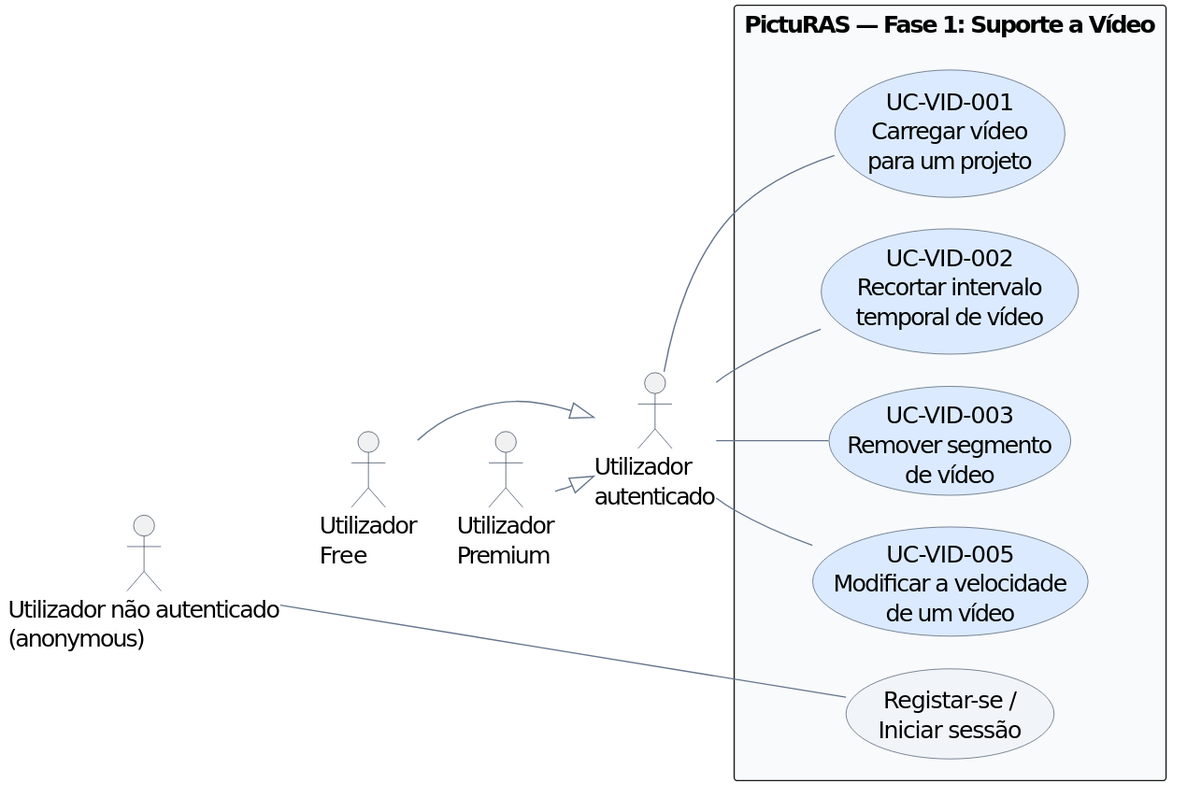
Before: fase1/report/images/picturas_usecases_video.svg, a diagram exported from PlantUML (simaoaraujo27/picturas-27).
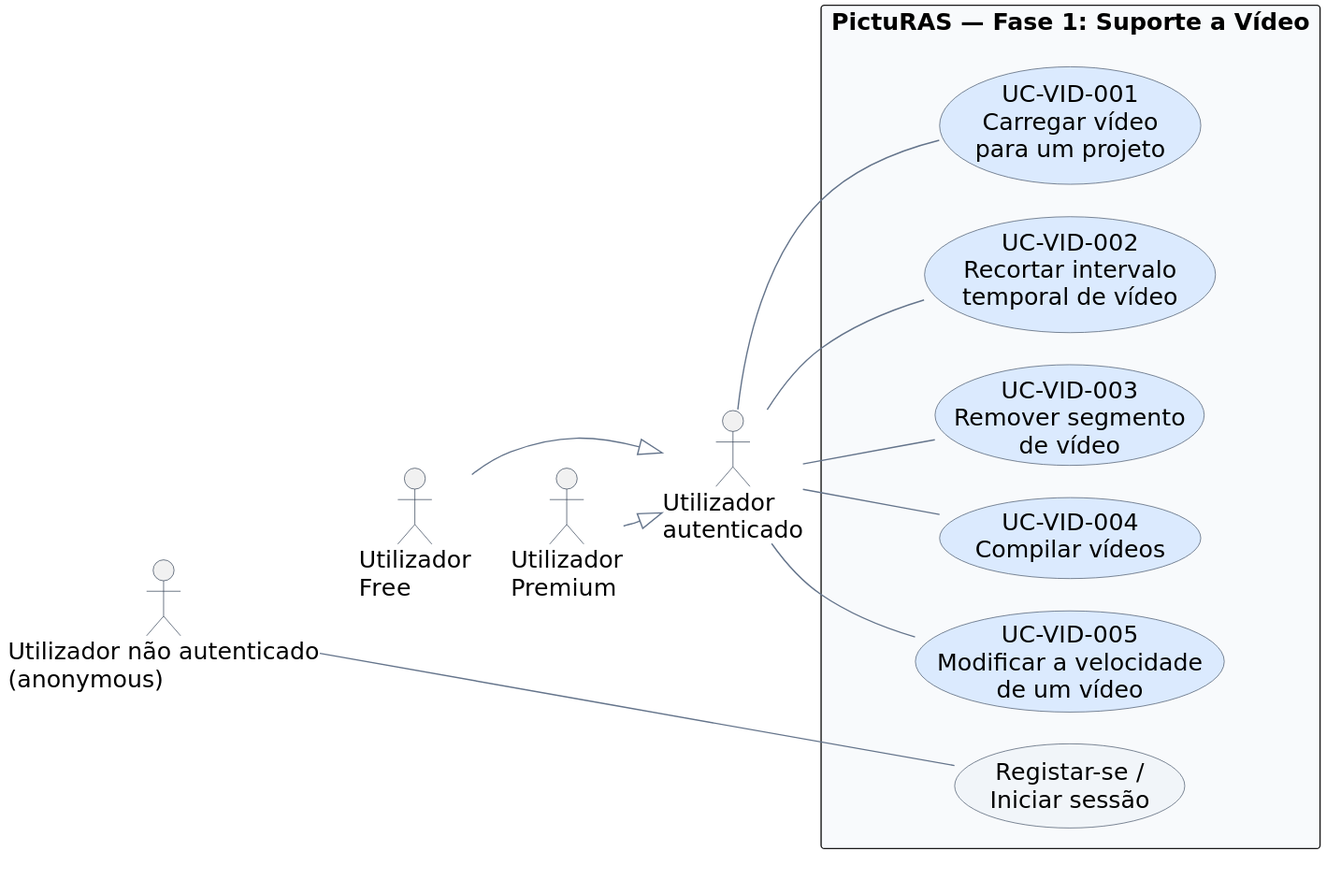
The same file after the commit.

Change to the diagram source:
```diff
@@ -30,8 +30,10 @@
   Upload -[hidden]left- Trim
   usecase "UC-VID-003\nRemover segmento\nde vídeo" as RemoveSegment #DBEAFE
   Trim -[hidden]left- RemoveSegment
+  usecase "UC-VID-004\nCompilar vídeos" as Compile #DBEAFE
+  RemoveSegment -[hidden]left- Compile
   usecase "UC-VID-005\nModificar a velocidade\nde um vídeo" as Speed #DBEAFE
-  RemoveSegment -[hidden]left- Speed
+  Compile -[hidden]left- Speed
   usecase "Registar-se /\nIniciar sessão" as Access #F1F5F9
 }
 
@@ -39,5 +41,6 @@
 Auth -down- Upload
 Auth -down- Trim
 Auth -down- RemoveSegment
+Auth -down- Compile
 Auth -down- Speed
 @enduml
```
